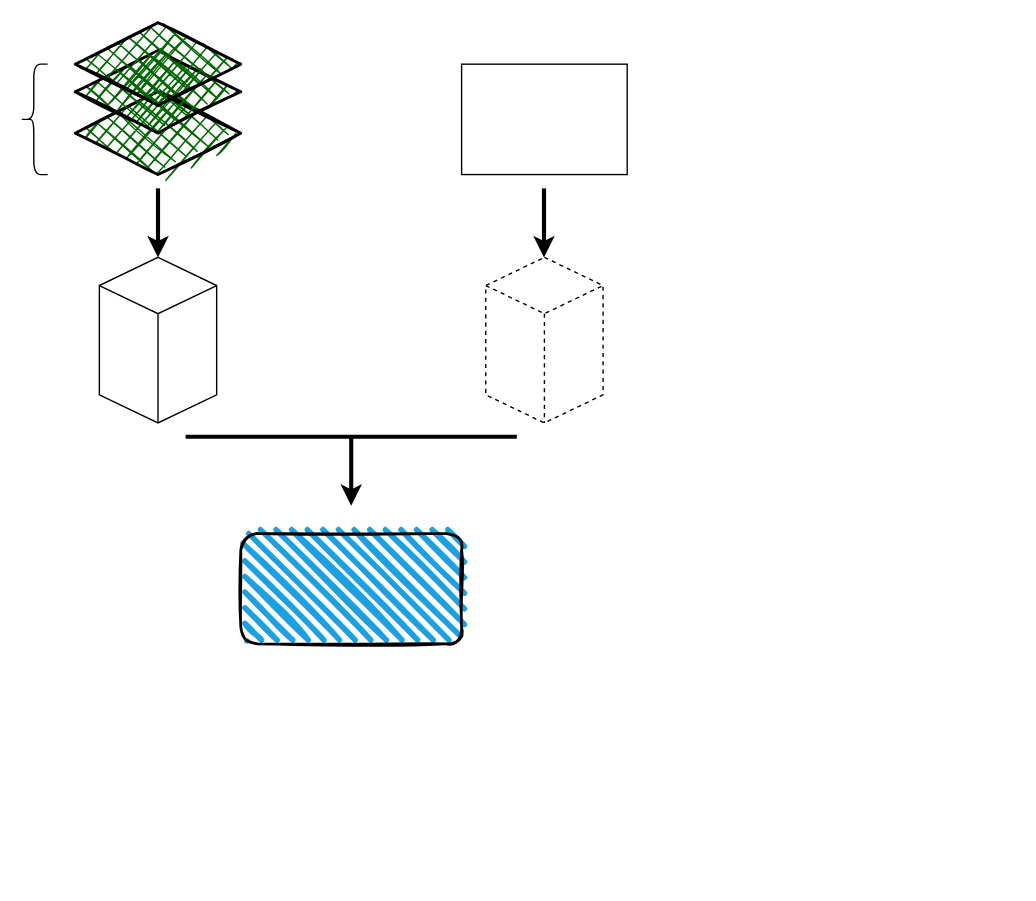
lkebnl/Draw_IO keeps this draw.io diagram as Visual_Inspection.drawio. Above is the earlier version. Source tidied: cells renumbered, new cells numbered last; positions are measured from the earlier drawing's top-left corner, leaving out a move shared by most shapes. Both pictures are drawn from the tidied source at 138%, with x=0, y=0 at pixel (19, 22).
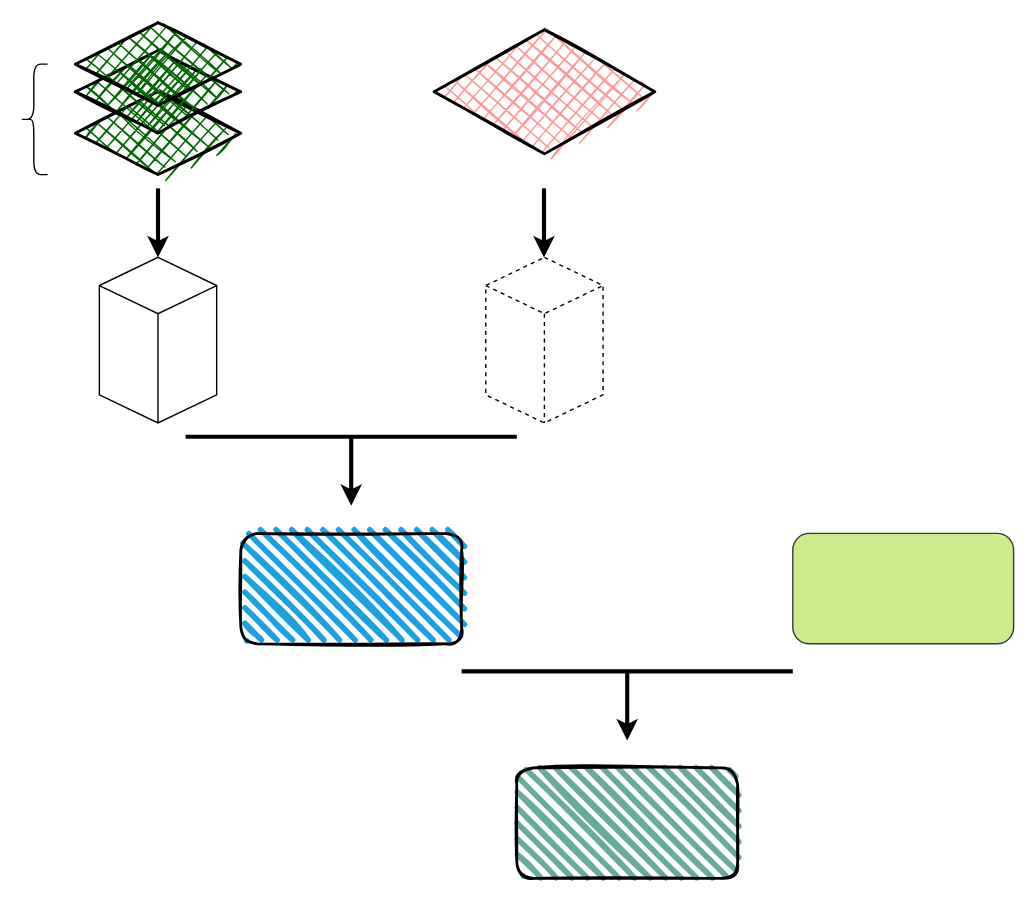
After the change.

What changed in the source:
```diff
@@
-    <mxCell id="5" style="rounded=0;whiteSpace=wrap;html=1;" parent="1" vertex="1">
-      <mxGeometry x="320" y="30" width="120" height="80" as="geometry" />
-    </mxCell>
@@
+    <mxCell id="14" style="rhombus;whiteSpace=wrap;html=1;strokeWidth=2;fillWeight=-1;hachureGap=8;fillStyle=cross-hatch;fillColor=#FF9999;sketch=1;" parent="1" vertex="1">
+      <mxGeometry x="300" y="5" width="160" height="90" as="geometry" />
+    </mxCell>
+    <mxCell id="15" style="rounded=1;whiteSpace=wrap;html=1;fillColor=#cdeb8b;strokeColor=#36393d;" parent="1" vertex="1">
+      <mxGeometry x="560" y="370" width="160" height="80" as="geometry" />
+    </mxCell>
+    <mxCell id="16" style="endArrow=none;html=1;rounded=0;strokeWidth=3;" parent="1" edge="1">
+      <mxGeometry relative="1" as="geometry">
+        <mxPoint x="320" y="470" as="sourcePoint" />
+        <mxPoint x="560" y="470" as="targetPoint" />
+      </mxGeometry>
+    </mxCell>
+    <mxCell id="17" style="endArrow=classic;html=1;rounded=0;strokeWidth=3;" parent="1" edge="1">
+      <mxGeometry relative="1" as="geometry">
+        <mxPoint x="440" y="470" as="sourcePoint" />
+        <mxPoint x="440" y="520" as="targetPoint" />
+      </mxGeometry>
+    </mxCell>
+    <mxCell id="18" style="rounded=1;whiteSpace=wrap;html=1;strokeWidth=2;fillWeight=4;hachureGap=8;hachureAngle=45;fillColor=#67AB9F;sketch=1;" parent="1" vertex="1">
+      <mxGeometry x="360" y="540" width="160" height="80" as="geometry" />
+    </mxCell>
```
